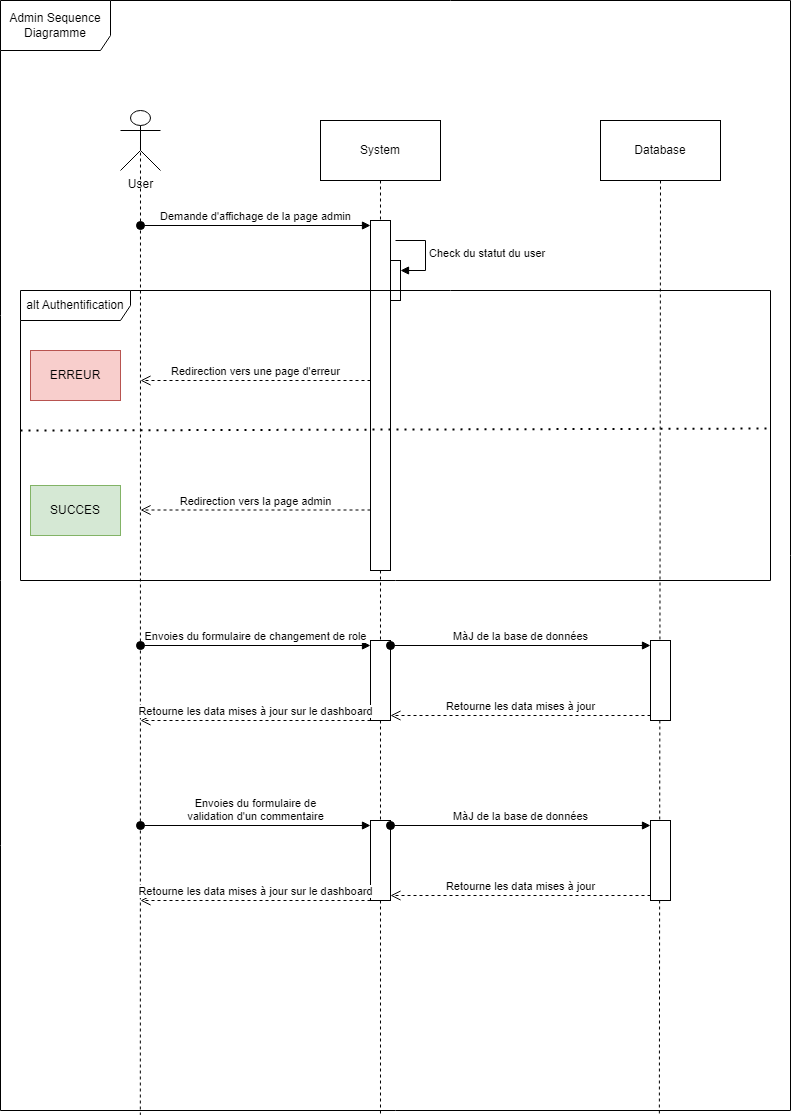
Earlier version of the draw.io export diagrammes/Projet_5_CHASSELOUP_Axel_DDS_AdminSequence.png (Axel92290/Projet_blog_php). Source tidied: cells renumbered, new cells last; positions are measured from the earlier drawing's top-left corner, leaving out a move shared by most shapes. Source of this version:
```xml
<mxGraphModel>
  <root>
    <mxCell id="0" />
    <mxCell id="1" parent="0" />
    <mxCell id="2" value="Admin Sequence Diagramme" style="shape=umlFrame;whiteSpace=wrap;html=1;width=110;height=50;" parent="1" vertex="1">
      <mxGeometry width="790" height="1110" as="geometry" />
    </mxCell>
    <mxCell id="3" style="rounded=0;jettySize=auto;html=1;exitX=0.5;exitY=0.5;exitDx=0;exitDy=0;exitPerimeter=0;endArrow=none;endFill=0;dashed=1;entryX=0.177;entryY=1.004;entryDx=0;entryDy=0;entryPerimeter=0;" parent="1" edge="1" source="4" target="2">
      <mxGeometry relative="1" as="geometry" />
    </mxCell>
    <mxCell id="4" value="User" style="shape=umlActor;verticalLabelPosition=bottom;verticalAlign=top;html=1;" parent="1" vertex="1">
      <mxGeometry x="120" y="110" width="40" height="60" as="geometry" />
    </mxCell>
    <mxCell id="5" style="rounded=0;jettySize=auto;html=1;exitX=0.5;exitY=1;exitDx=0;exitDy=0;entryX=0.481;entryY=1.005;entryDx=0;entryDy=0;entryPerimeter=0;dashed=1;endArrow=none;endFill=0;" parent="1" edge="1" source="6" target="2">
      <mxGeometry relative="1" as="geometry" />
    </mxCell>
    <mxCell id="6" value="System" style="rounded=0;whiteSpace=wrap;html=1;" parent="1" vertex="1">
      <mxGeometry x="320" y="120" width="120" height="60" as="geometry" />
    </mxCell>
    <mxCell id="7" style="rounded=0;jettySize=auto;html=1;exitX=0.5;exitY=1;exitDx=0;exitDy=0;entryX=0.834;entryY=1.004;entryDx=0;entryDy=0;entryPerimeter=0;endArrow=none;endFill=0;dashed=1;" parent="1" edge="1" source="8" target="2">
      <mxGeometry relative="1" as="geometry" />
    </mxCell>
    <mxCell id="8" value="Database" style="rounded=0;whiteSpace=wrap;html=1;" parent="1" vertex="1">
      <mxGeometry x="600" y="120" width="120" height="60" as="geometry" />
    </mxCell>
    <mxCell id="9" style="html=1;points=[[0,0,0,0,5],[0,1,0,0,-5],[1,0,0,0,5],[1,1,0,0,-5]];perimeter=orthogonalPerimeter;outlineConnect=0;targetShapes=umlLifeline;portConstraint=eastwest;newEdgeStyle={&quot;curved&quot;:0,&quot;rounded&quot;:0};" parent="1" vertex="1">
      <mxGeometry x="370" y="220" width="20" height="350" as="geometry" />
    </mxCell>
    <mxCell id="10" value="Demande d'affichage de la page admin" style="html=1;verticalAlign=bottom;startArrow=oval;endArrow=block;startSize=8;curved=0;rounded=0;entryX=0;entryY=0;entryDx=0;entryDy=5;" parent="1" edge="1" target="9">
      <mxGeometry relative="1" as="geometry">
        <mxPoint x="140" y="225" as="sourcePoint" />
      </mxGeometry>
    </mxCell>
    <mxCell id="11" style="html=1;points=[[0,0,0,0,5],[0,1,0,0,-5],[1,0,0,0,5],[1,1,0,0,-5]];perimeter=orthogonalPerimeter;outlineConnect=0;targetShapes=umlLifeline;portConstraint=eastwest;newEdgeStyle={&quot;curved&quot;:0,&quot;rounded&quot;:0};" parent="1" vertex="1">
      <mxGeometry x="390" y="260" width="10" height="40" as="geometry" />
    </mxCell>
    <mxCell id="12" value="Check du statut du user" style="html=1;align=left;spacingLeft=2;endArrow=block;rounded=0;edgeStyle=orthogonalEdgeStyle;curved=0;rounded=0;" parent="1" edge="1" target="11">
      <mxGeometry relative="1" as="geometry">
        <mxPoint x="395" y="240" as="sourcePoint" />
        <Array as="points">
          <mxPoint x="425" y="270" />
        </Array>
      </mxGeometry>
    </mxCell>
    <mxCell id="13" value="alt Authentification" style="shape=umlFrame;whiteSpace=wrap;html=1;width=110;height=30;" parent="1" vertex="1">
      <mxGeometry x="20" y="290" width="750" height="290" as="geometry" />
    </mxCell>
    <mxCell id="14" style="endArrow=none;dashed=1;html=1;dashPattern=1 3;strokeWidth=2;rounded=0;exitX=0;exitY=0.483;exitDx=0;exitDy=0;exitPerimeter=0;entryX=0.999;entryY=0.476;entryDx=0;entryDy=0;entryPerimeter=0;" parent="1" edge="1" source="13" target="13">
      <mxGeometry relative="1" as="geometry" />
    </mxCell>
    <mxCell id="15" value="SUCCES" style="rounded=0;whiteSpace=wrap;html=1;fillColor=#d5e8d4;strokeColor=#82b366;" parent="1" vertex="1">
      <mxGeometry x="30" y="485" width="90" height="50" as="geometry" />
    </mxCell>
    <mxCell id="16" value="ERREUR" style="rounded=0;whiteSpace=wrap;html=1;fillColor=#f8cecc;strokeColor=#b85450;" parent="1" vertex="1">
      <mxGeometry x="30" y="350" width="90" height="50" as="geometry" />
    </mxCell>
    <mxCell id="17" value="Redirection vers une page d'erreur" style="html=1;verticalAlign=bottom;endArrow=open;dashed=1;endSize=8;curved=0;rounded=0;" parent="1" edge="1" source="9">
      <mxGeometry relative="1" as="geometry">
        <mxPoint x="140" y="380" as="targetPoint" />
      </mxGeometry>
    </mxCell>
    <mxCell id="18" value="Redirection vers la page admin" style="html=1;verticalAlign=bottom;endArrow=open;dashed=1;endSize=8;curved=0;rounded=0;" parent="1" edge="1">
      <mxGeometry relative="1" as="geometry">
        <mxPoint x="370" y="509.5" as="sourcePoint" />
        <mxPoint x="140" y="509.5" as="targetPoint" />
      </mxGeometry>
    </mxCell>
    <mxCell id="19" style="html=1;points=[[0,0,0,0,5],[0,1,0,0,-5],[1,0,0,0,5],[1,1,0,0,-5]];perimeter=orthogonalPerimeter;outlineConnect=0;targetShapes=umlLifeline;portConstraint=eastwest;newEdgeStyle={&quot;curved&quot;:0,&quot;rounded&quot;:0};" parent="1" vertex="1">
      <mxGeometry x="370" y="640" width="20" height="80" as="geometry" />
    </mxCell>
    <mxCell id="20" value="Envoies du formulaire de changement de role" style="html=1;verticalAlign=bottom;startArrow=oval;endArrow=block;startSize=8;curved=0;rounded=0;entryX=0;entryY=0;entryDx=0;entryDy=5;" parent="1" edge="1" target="19">
      <mxGeometry relative="1" as="geometry">
        <mxPoint x="140" y="645" as="sourcePoint" />
      </mxGeometry>
    </mxCell>
    <mxCell id="21" style="html=1;points=[[0,0,0,0,5],[0,1,0,0,-5],[1,0,0,0,5],[1,1,0,0,-5]];perimeter=orthogonalPerimeter;outlineConnect=0;targetShapes=umlLifeline;portConstraint=eastwest;newEdgeStyle={&quot;curved&quot;:0,&quot;rounded&quot;:0};" parent="1" vertex="1">
      <mxGeometry x="650" y="640" width="20" height="80" as="geometry" />
    </mxCell>
    <mxCell id="22" value="MàJ de la base de données" style="html=1;verticalAlign=bottom;startArrow=oval;endArrow=block;startSize=8;curved=0;rounded=0;entryX=0;entryY=0;entryDx=0;entryDy=5;" parent="1" edge="1" source="19" target="21">
      <mxGeometry relative="1" as="geometry" />
    </mxCell>
    <mxCell id="23" value="Retourne les data mises à jour" style="html=1;verticalAlign=bottom;endArrow=open;dashed=1;endSize=8;curved=0;rounded=0;entryX=1;entryY=1;entryDx=0;entryDy=-5;entryPerimeter=0;" parent="1" edge="1" source="21" target="19">
      <mxGeometry relative="1" as="geometry" />
    </mxCell>
    <mxCell id="24" value="Retourne les data mises à jour sur le dashboard" style="html=1;verticalAlign=bottom;endArrow=open;dashed=1;endSize=8;curved=0;rounded=0;" parent="1" edge="1">
      <mxGeometry relative="1" as="geometry">
        <mxPoint x="370" y="720" as="sourcePoint" />
        <mxPoint x="140" y="720" as="targetPoint" />
      </mxGeometry>
    </mxCell>
    <mxCell id="25" style="html=1;points=[[0,0,0,0,5],[0,1,0,0,-5],[1,0,0,0,5],[1,1,0,0,-5]];perimeter=orthogonalPerimeter;outlineConnect=0;targetShapes=umlLifeline;portConstraint=eastwest;newEdgeStyle={&quot;curved&quot;:0,&quot;rounded&quot;:0};" parent="1" vertex="1">
      <mxGeometry x="370" y="820" width="20" height="80" as="geometry" />
    </mxCell>
    <mxCell id="26" value="Envoies du formulaire de &lt;br&gt;validation d'un commentaire" style="html=1;verticalAlign=bottom;startArrow=oval;endArrow=block;startSize=8;curved=0;rounded=0;entryX=0;entryY=0;entryDx=0;entryDy=5;" parent="1" edge="1" target="25">
      <mxGeometry relative="1" as="geometry">
        <mxPoint x="140" y="825" as="sourcePoint" />
      </mxGeometry>
    </mxCell>
    <mxCell id="27" style="html=1;points=[[0,0,0,0,5],[0,1,0,0,-5],[1,0,0,0,5],[1,1,0,0,-5]];perimeter=orthogonalPerimeter;outlineConnect=0;targetShapes=umlLifeline;portConstraint=eastwest;newEdgeStyle={&quot;curved&quot;:0,&quot;rounded&quot;:0};" parent="1" vertex="1">
      <mxGeometry x="650" y="820" width="20" height="80" as="geometry" />
    </mxCell>
    <mxCell id="28" value="MàJ de la base de données" style="html=1;verticalAlign=bottom;startArrow=oval;endArrow=block;startSize=8;curved=0;rounded=0;entryX=0;entryY=0;entryDx=0;entryDy=5;" parent="1" edge="1" source="25" target="27">
      <mxGeometry relative="1" as="geometry" />
    </mxCell>
    <mxCell id="29" value="Retourne les data mises à jour" style="html=1;verticalAlign=bottom;endArrow=open;dashed=1;endSize=8;curved=0;rounded=0;entryX=1;entryY=1;entryDx=0;entryDy=-5;entryPerimeter=0;" parent="1" edge="1" source="27" target="25">
      <mxGeometry relative="1" as="geometry" />
    </mxCell>
    <mxCell id="30" value="Retourne les data mises à jour sur le dashboard" style="html=1;verticalAlign=bottom;endArrow=open;dashed=1;endSize=8;curved=0;rounded=0;" parent="1" edge="1">
      <mxGeometry relative="1" as="geometry">
        <mxPoint x="370" y="900" as="sourcePoint" />
        <mxPoint x="140" y="900" as="targetPoint" />
      </mxGeometry>
    </mxCell>
  </root>
</mxGraphModel>
```
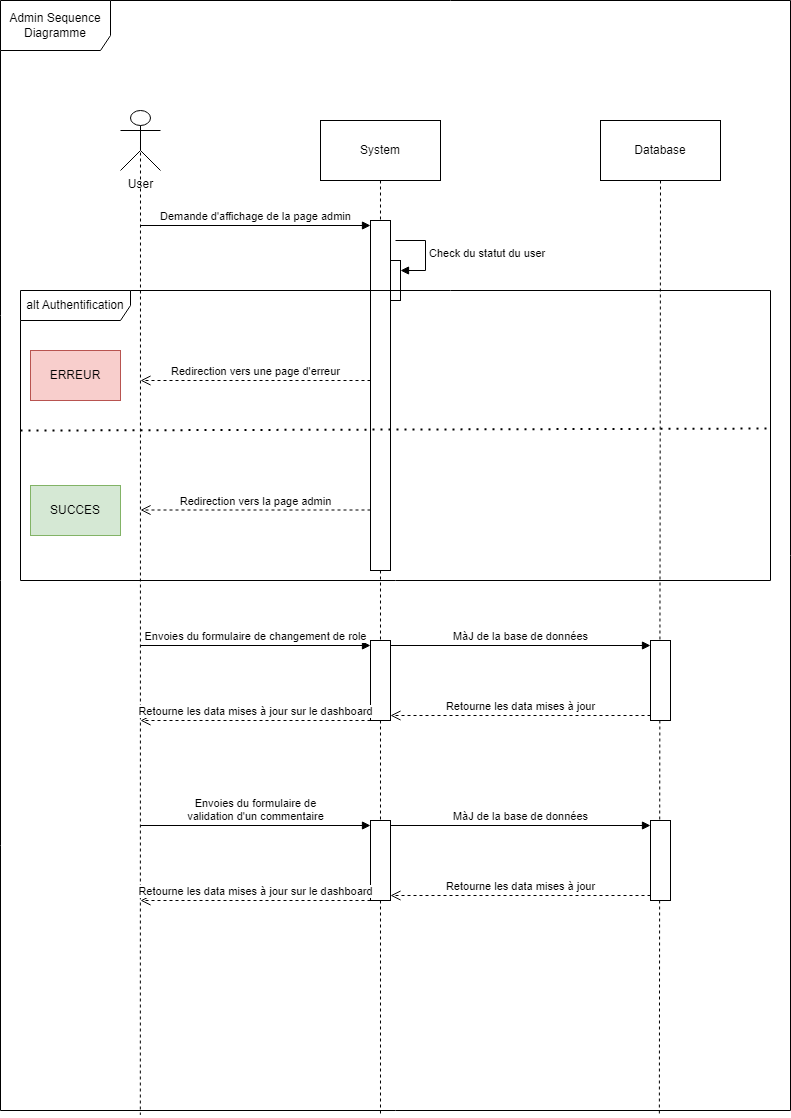
Above is the later version.

Change to the diagram source:
```diff
@@ -26,7 +26,7 @@
     <mxCell id="9" style="html=1;points=[[0,0,0,0,5],[0,1,0,0,-5],[1,0,0,0,5],[1,1,0,0,-5]];perimeter=orthogonalPerimeter;outlineConnect=0;targetShapes=umlLifeline;portConstraint=eastwest;newEdgeStyle={&quot;curved&quot;:0,&quot;rounded&quot;:0};" parent="1" vertex="1">
       <mxGeometry x="370" y="220" width="20" height="350" as="geometry" />
     </mxCell>
-    <mxCell id="10" value="Demande d'affichage de la page admin" style="html=1;verticalAlign=bottom;startArrow=oval;endArrow=block;startSize=8;curved=0;rounded=0;entryX=0;entryY=0;entryDx=0;entryDy=5;" parent="1" edge="1" target="9">
+    <mxCell id="10" value="Demande d'affichage de la page admin" style="html=1;verticalAlign=bottom;startArrow=none;endArrow=block;startSize=8;curved=0;rounded=0;entryX=0;entryY=0;entryDx=0;entryDy=5;startFill=0;" parent="1" edge="1" target="9">
       <mxGeometry relative="1" as="geometry">
         <mxPoint x="140" y="225" as="sourcePoint" />
       </mxGeometry>
@@ -68,7 +68,7 @@
     <mxCell id="19" style="html=1;points=[[0,0,0,0,5],[0,1,0,0,-5],[1,0,0,0,5],[1,1,0,0,-5]];perimeter=orthogonalPerimeter;outlineConnect=0;targetShapes=umlLifeline;portConstraint=eastwest;newEdgeStyle={&quot;curved&quot;:0,&quot;rounded&quot;:0};" parent="1" vertex="1">
       <mxGeometry x="370" y="640" width="20" height="80" as="geometry" />
     </mxCell>
-    <mxCell id="20" value="Envoies du formulaire de changement de role" style="html=1;verticalAlign=bottom;startArrow=oval;endArrow=block;startSize=8;curved=0;rounded=0;entryX=0;entryY=0;entryDx=0;entryDy=5;" parent="1" edge="1" target="19">
+    <mxCell id="20" value="Envoies du formulaire de changement de role" style="html=1;verticalAlign=bottom;startArrow=none;endArrow=block;startSize=8;curved=0;rounded=0;entryX=0;entryY=0;entryDx=0;entryDy=5;startFill=0;" parent="1" edge="1" target="19">
       <mxGeometry relative="1" as="geometry">
         <mxPoint x="140" y="645" as="sourcePoint" />
       </mxGeometry>
@@ -76,7 +76,7 @@
     <mxCell id="21" style="html=1;points=[[0,0,0,0,5],[0,1,0,0,-5],[1,0,0,0,5],[1,1,0,0,-5]];perimeter=orthogonalPerimeter;outlineConnect=0;targetShapes=umlLifeline;portConstraint=eastwest;newEdgeStyle={&quot;curved&quot;:0,&quot;rounded&quot;:0};" parent="1" vertex="1">
       <mxGeometry x="650" y="640" width="20" height="80" as="geometry" />
     </mxCell>
-    <mxCell id="22" value="MàJ de la base de données" style="html=1;verticalAlign=bottom;startArrow=oval;endArrow=block;startSize=8;curved=0;rounded=0;entryX=0;entryY=0;entryDx=0;entryDy=5;" parent="1" edge="1" source="19" target="21">
+    <mxCell id="22" value="MàJ de la base de données" style="html=1;verticalAlign=bottom;startArrow=none;endArrow=block;startSize=8;curved=0;rounded=0;entryX=0;entryY=0;entryDx=0;entryDy=5;startFill=0;" parent="1" edge="1" source="19" target="21">
       <mxGeometry relative="1" as="geometry" />
     </mxCell>
     <mxCell id="23" value="Retourne les data mises à jour" style="html=1;verticalAlign=bottom;endArrow=open;dashed=1;endSize=8;curved=0;rounded=0;entryX=1;entryY=1;entryDx=0;entryDy=-5;entryPerimeter=0;" parent="1" edge="1" source="21" target="19">
@@ -91,7 +91,7 @@
     <mxCell id="25" style="html=1;points=[[0,0,0,0,5],[0,1,0,0,-5],[1,0,0,0,5],[1,1,0,0,-5]];perimeter=orthogonalPerimeter;outlineConnect=0;targetShapes=umlLifeline;portConstraint=eastwest;newEdgeStyle={&quot;curved&quot;:0,&quot;rounded&quot;:0};" parent="1" vertex="1">
       <mxGeometry x="370" y="820" width="20" height="80" as="geometry" />
     </mxCell>
-    <mxCell id="26" value="Envoies du formulaire de &lt;br&gt;validation d'un commentaire" style="html=1;verticalAlign=bottom;startArrow=oval;endArrow=block;startSize=8;curved=0;rounded=0;entryX=0;entryY=0;entryDx=0;entryDy=5;" parent="1" edge="1" target="25">
+    <mxCell id="26" value="Envoies du formulaire de &lt;br&gt;validation d'un commentaire" style="html=1;verticalAlign=bottom;startArrow=none;endArrow=block;startSize=8;curved=0;rounded=0;entryX=0;entryY=0;entryDx=0;entryDy=5;startFill=0;" parent="1" edge="1" target="25">
       <mxGeometry relative="1" as="geometry">
         <mxPoint x="140" y="825" as="sourcePoint" />
       </mxGeometry>
@@ -99,7 +99,7 @@
     <mxCell id="27" style="html=1;points=[[0,0,0,0,5],[0,1,0,0,-5],[1,0,0,0,5],[1,1,0,0,-5]];perimeter=orthogonalPerimeter;outlineConnect=0;targetShapes=umlLifeline;portConstraint=eastwest;newEdgeStyle={&quot;curved&quot;:0,&quot;rounded&quot;:0};" parent="1" vertex="1">
       <mxGeometry x="650" y="820" width="20" height="80" as="geometry" />
     </mxCell>
-    <mxCell id="28" value="MàJ de la base de données" style="html=1;verticalAlign=bottom;startArrow=oval;endArrow=block;startSize=8;curved=0;rounded=0;entryX=0;entryY=0;entryDx=0;entryDy=5;" parent="1" edge="1" source="25" target="27">
+    <mxCell id="28" value="MàJ de la base de données" style="html=1;verticalAlign=bottom;startArrow=none;endArrow=block;startSize=8;curved=0;rounded=0;entryX=0;entryY=0;entryDx=0;entryDy=5;startFill=0;" parent="1" edge="1" source="25" target="27">
       <mxGeometry relative="1" as="geometry" />
     </mxCell>
     <mxCell id="29" value="Retourne les data mises à jour" style="html=1;verticalAlign=bottom;endArrow=open;dashed=1;endSize=8;curved=0;rounded=0;entryX=1;entryY=1;entryDx=0;entryDy=-5;entryPerimeter=0;" parent="1" edge="1" source="27" target="25">
```
